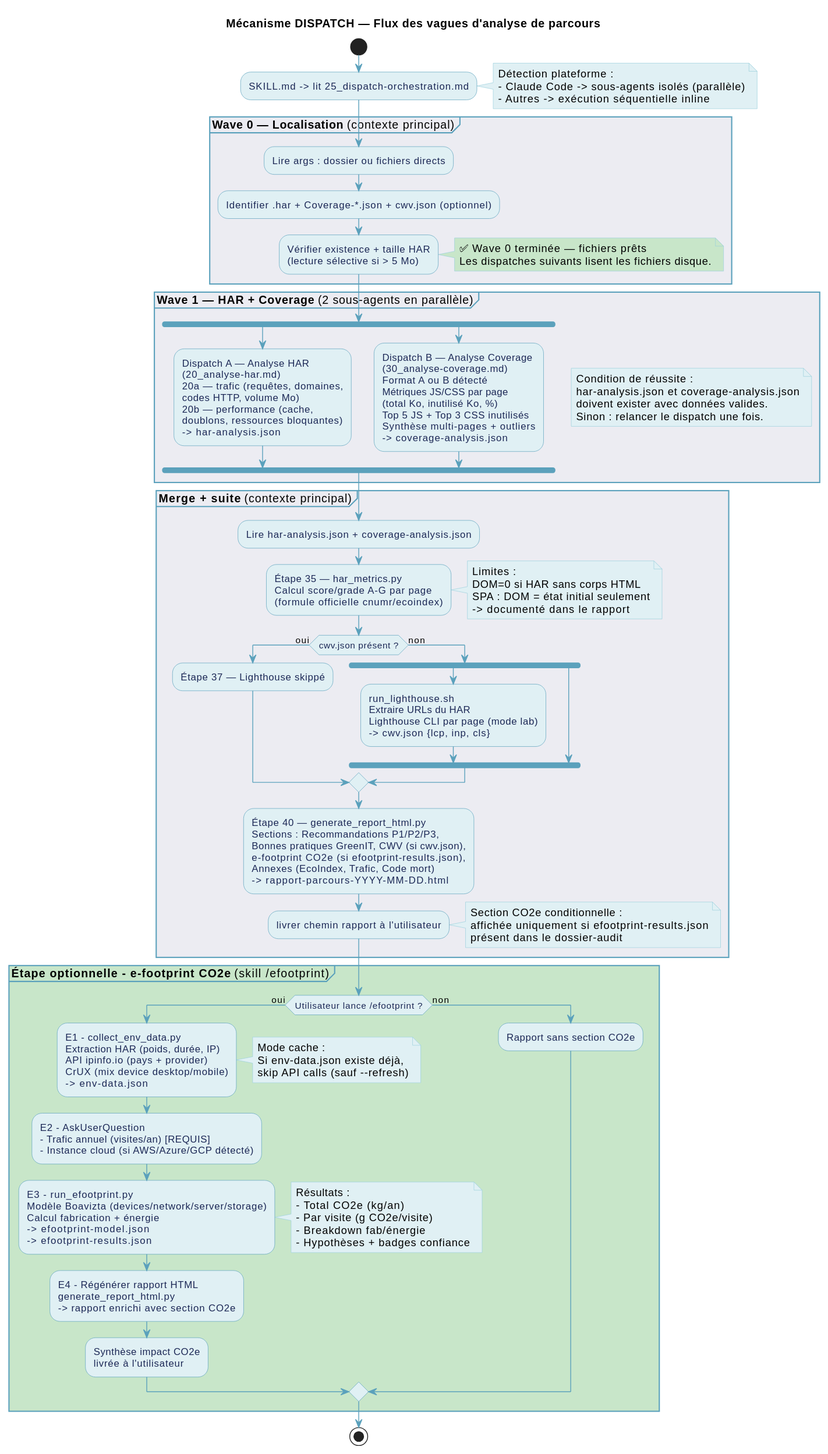
The PlantUML diagram documentation/diagramme/analyse-parcours-dispatch-activite.svg in Boavizta/eroom, before a commit.
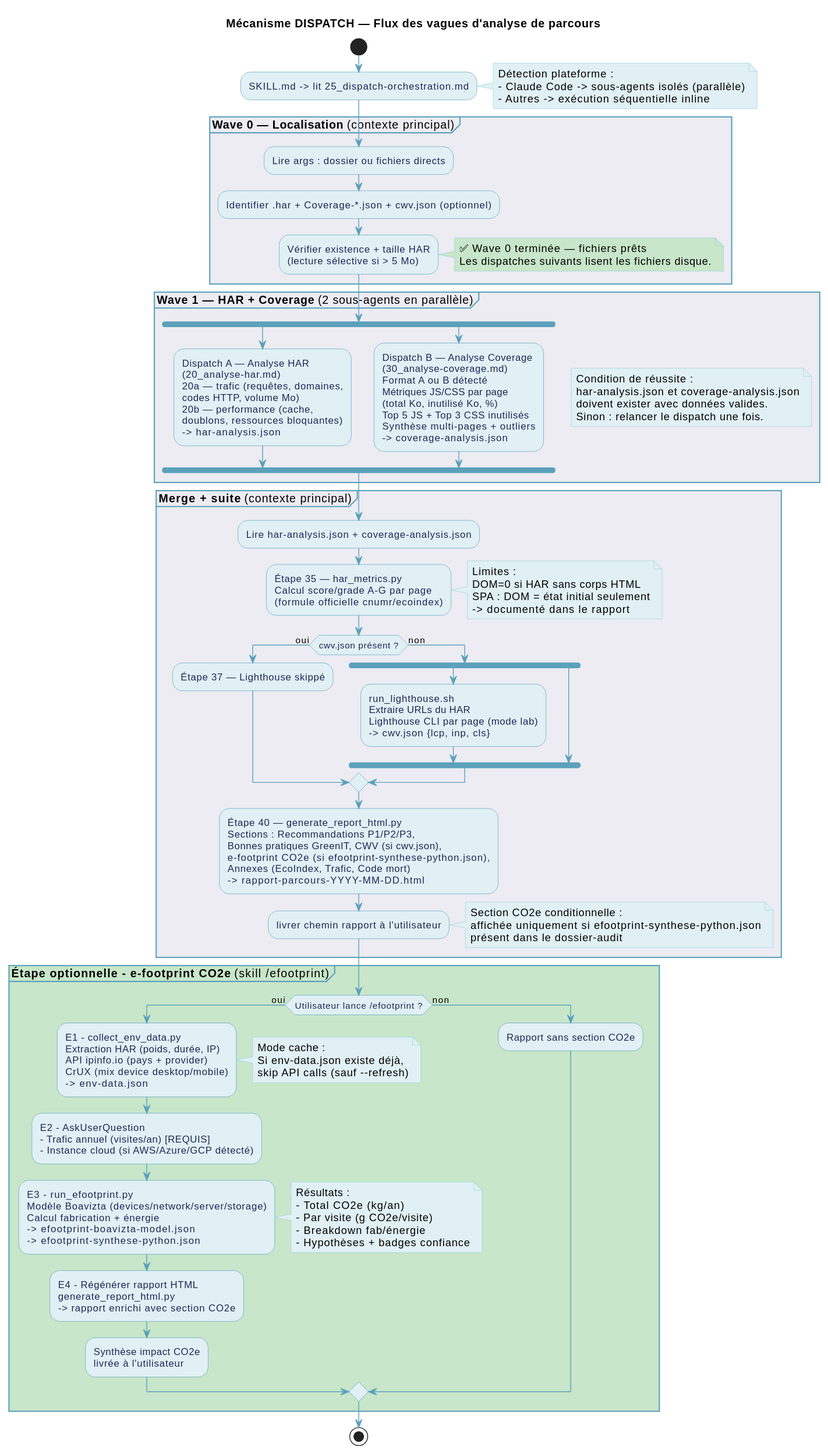
After the commit.

The edit, as a diff of the source:
```diff
@@ -98,7 +98,7 @@
   :Étape 40 — generate_report_html.py
   Sections : Recommandations P1/P2/P3,
   Bonnes pratiques GreenIT, CWV (si cwv.json),
-  e-footprint CO2e (si efootprint-results.json),
+  e-footprint CO2e (si efootprint-synthese-python.json),
   Annexes (EcoIndex, Trafic, Code mort)
   -> rapport-parcours-YYYY-MM-DD.html;
 
@@ -106,7 +106,7 @@
 
   note right #E0F0F4
     Section CO2e conditionnelle :
-    affichée uniquement si efootprint-results.json
+    affichée uniquement si efootprint-synthese-python.json
     présent dans le dossier-audit
   end note
 }
@@ -132,8 +132,8 @@
     :E3 - run_efootprint.py
     Modèle Boavizta (devices/network/server/storage)
     Calcul fabrication + énergie
-    -> efootprint-model.json
-    -> efootprint-results.json;
+    -> efootprint-boavizta-model.json
+    -> efootprint-synthese-python.json;
 
     note right
       Résultats :
```
